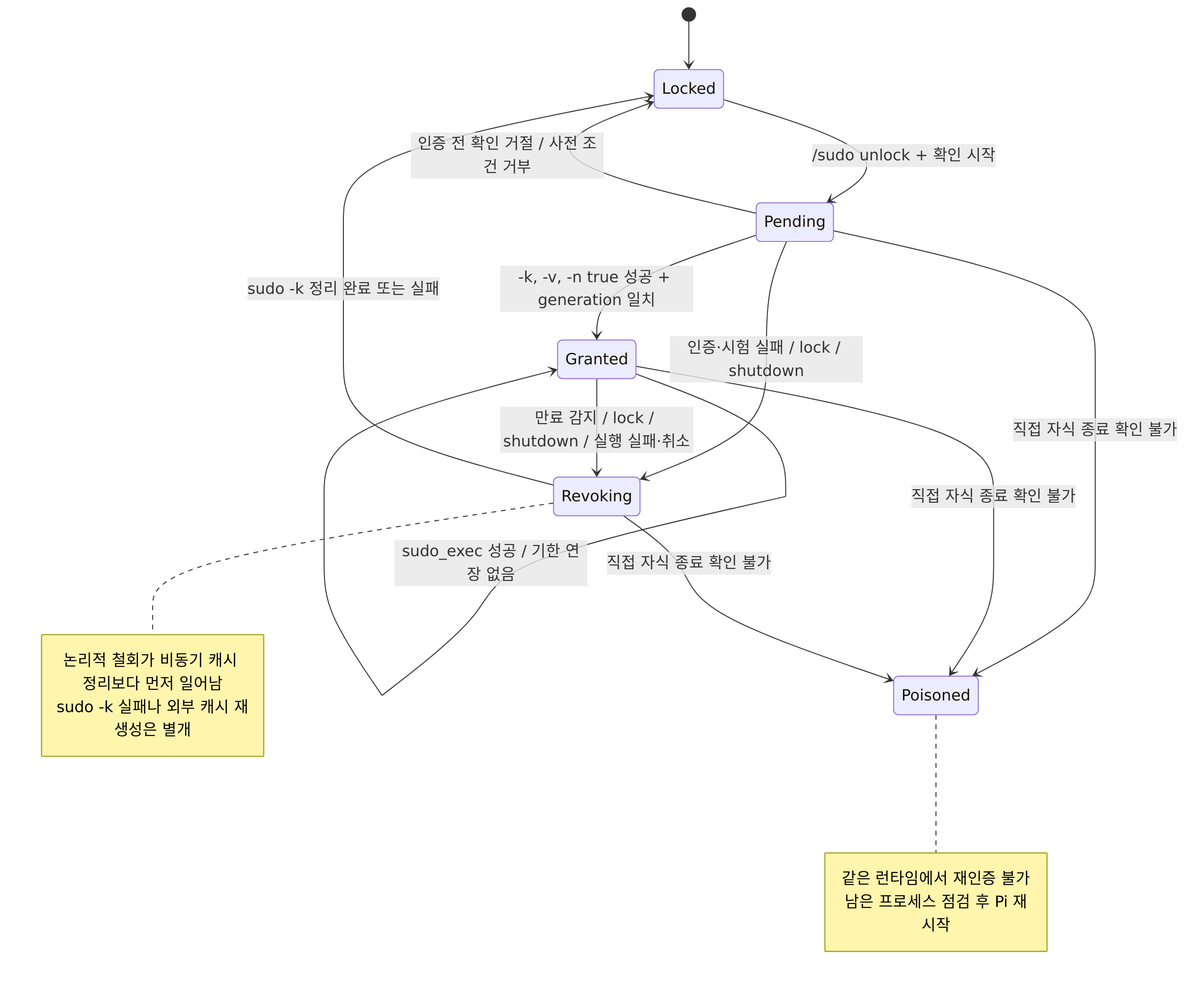
Earlier version of the Mermaid export docs/diagram/grant-lifecycle.png (spi-ca/pi-sudo). Its source is kept beside it as docs/diagram/grant-lifecycle.mmd.
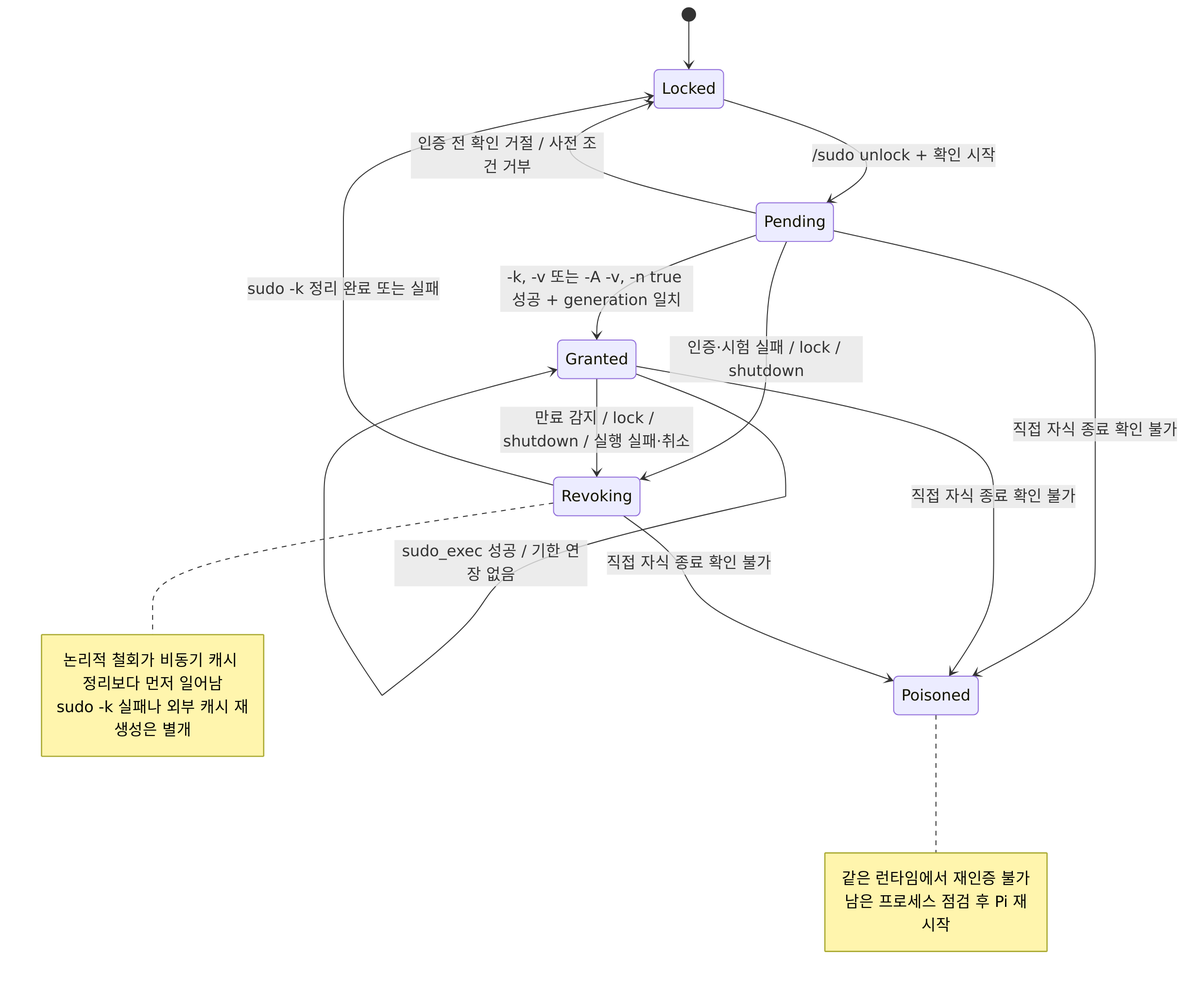
The same diagram one commit later.

Diff of the diagram source:
```diff
@@ -3,7 +3,7 @@
     Locked --> Pending: /sudo unlock + 확인 시작
     Pending --> Locked: 인증 전 확인 거절 / 사전 조건 거부
     Pending --> Revoking: 인증·시험 실패 / lock / shutdown
-    Pending --> Granted: -k, -v, -n true 성공 + generation 일치
+    Pending --> Granted: -k, -v 또는 -A -v, -n true 성공 + generation 일치
     Granted --> Granted: sudo_exec 성공 / 기한 연장 없음
     Granted --> Revoking: 만료 감지 / lock / shutdown / 실행 실패·취소
     Revoking --> Locked: sudo -k 정리 완료 또는 실패
```
